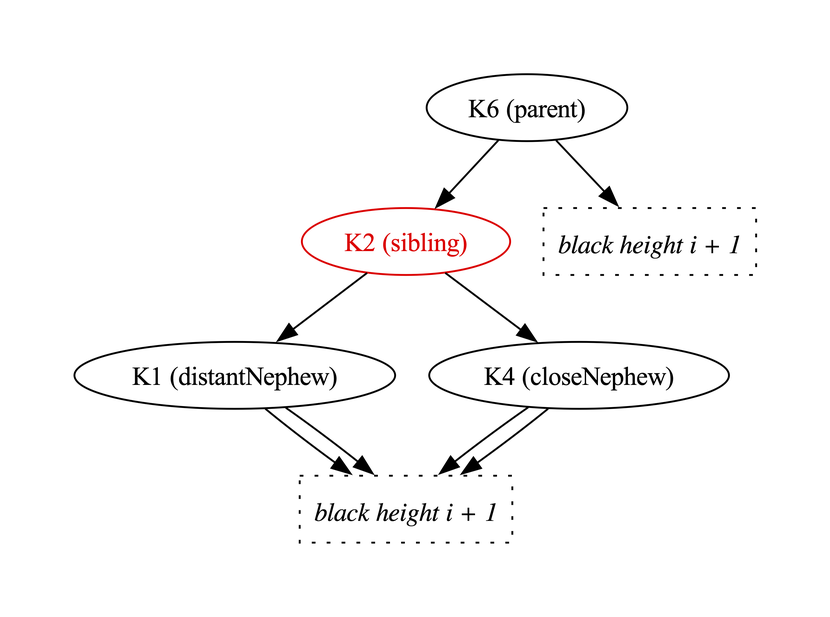
This is Fw/DataStructures/docs/diagrams/removeBlackLeafNode/red-sibling-1.png from nasa/fprime, a Graphviz export, as it was before one commit. Its source is kept beside it as Fw/DataStructures/docs/diagrams/removeBlackLeafNode/red-sibling-1.dot.
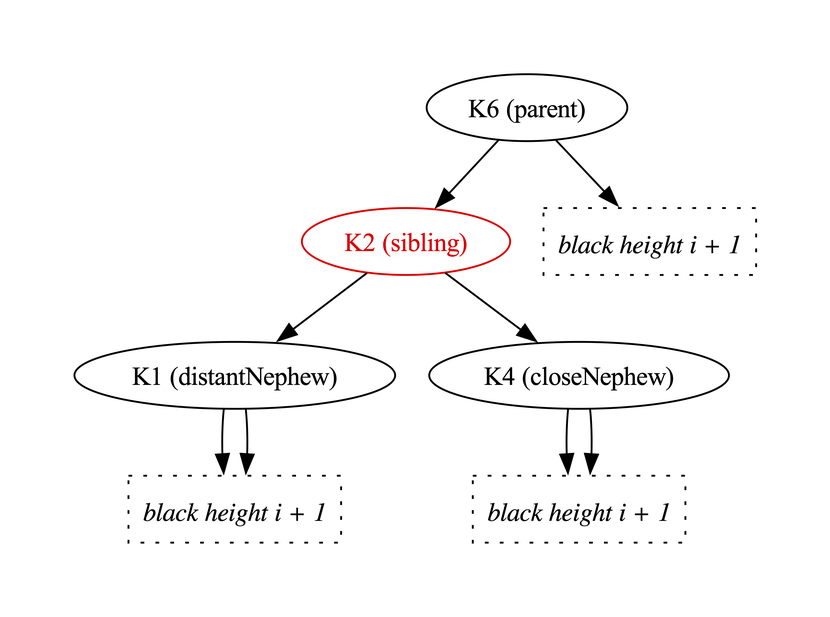
Above is the later version.

What changed in the source:
```diff
@@ -7,8 +7,9 @@
 
   K1 -> BH2
   K1 -> BH2
-  K4 -> BH2
-  K4 -> BH2
+
+  K4 -> BH3
+  K4 -> BH3
 
   K1 [label="K1 (distantNephew)"]
   K2 [label="K2 (sibling)",color="red",fontcolor="red"]
@@ -17,5 +18,6 @@
 
   BH1 [shape="box",label="black height i + 1",style="dotted",fontname="Italic"]
   BH2 [shape="box",label="black height i + 1",style="dotted",fontname="Italic"]
+  BH3 [shape="box",label="black height i + 1",style="dotted",fontname="Italic"]
 
 }
```
